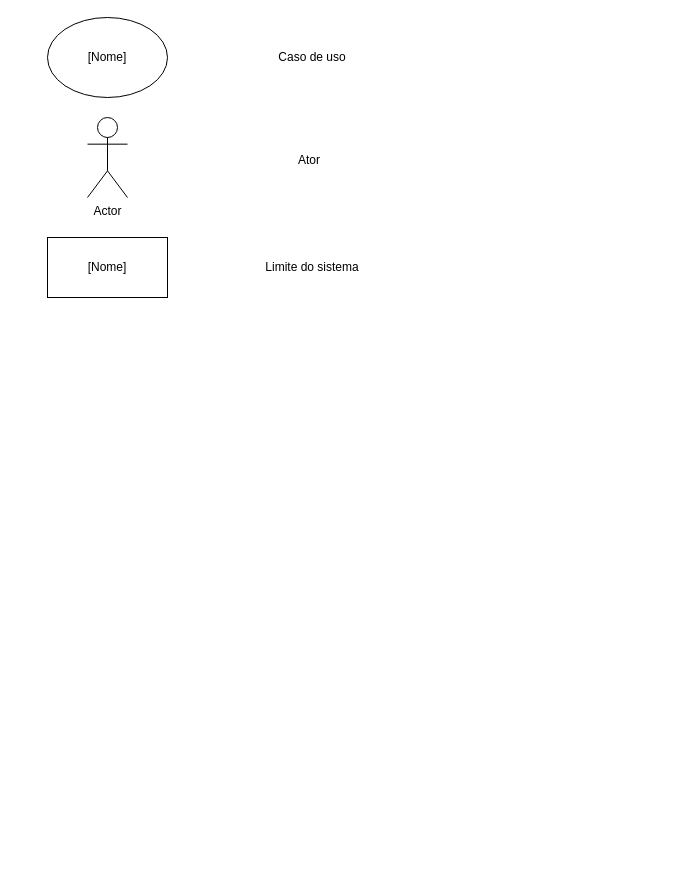
Before: page "Objetos_De_Caso_De_Uso" (1 of 2) of GFT/Diagrama sem nome.drawio in LuizFelipeBender/Bootcamps, a draw.io diagram. Source tidied: cells renumbered, new cells numbered last; positions are measured from the earlier drawing's top-left corner, leaving out a move shared by most shapes. Both pictures are drawn from the tidied source at 100%, with x=0, y=0 at pixel (47, 17).
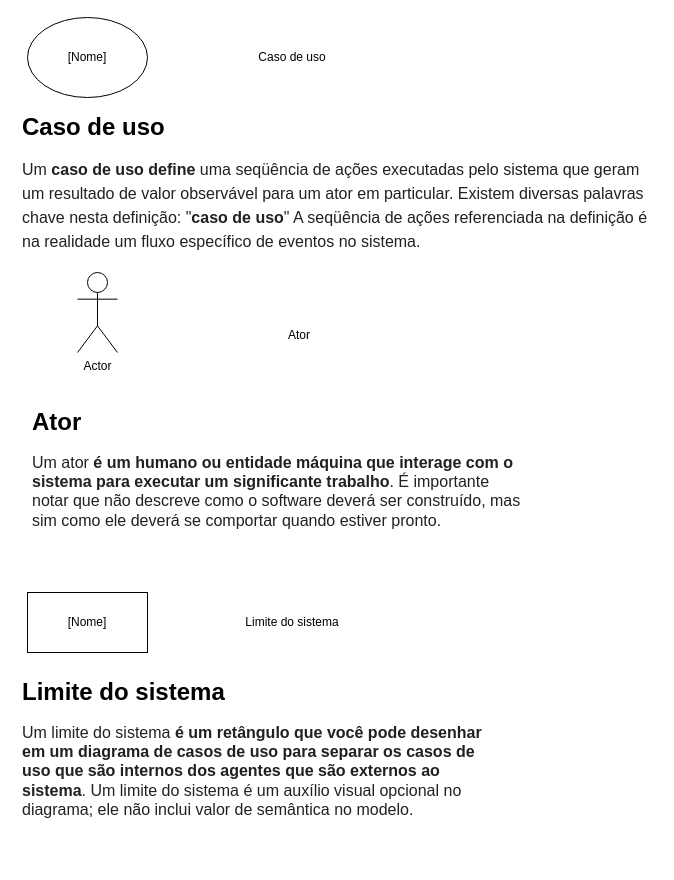
The same diagram, later.

The edit, as a diff of the source:
```diff
@@
 <mxGraphModel>
   <root>
     <mxCell id="0" />
     <mxCell id="1" parent="0" />
     <mxCell id="2" value="[Nome]" style="ellipse;whiteSpace=wrap;html=1;" parent="1" vertex="1">
-      <mxGeometry width="120" height="80" as="geometry" />
+      <mxGeometry x="-20" width="120" height="80" as="geometry" />
     </mxCell>
     <mxCell id="3" value="[Nome]" style="rounded=0;whiteSpace=wrap;html=1;" parent="1" vertex="1">
-      <mxGeometry y="220" width="120" height="60" as="geometry" />
+      <mxGeometry x="-20" y="575" width="120" height="60" as="geometry" />
     </mxCell>
     <mxCell id="4" value="Actor" style="shape=umlActor;verticalLabelPosition=bottom;verticalAlign=top;html=1;" parent="1" vertex="1">
-      <mxGeometry x="40" y="100" width="40" height="80" as="geometry" />
+      <mxGeometry x="30" y="255" width="40" height="80" as="geometry" />
     </mxCell>
     <mxCell id="5" value="Caso de uso" style="text;html=1;strokeColor=none;fillColor=none;align=center;verticalAlign=middle;whiteSpace=wrap;rounded=0;" parent="1" vertex="1">
-      <mxGeometry x="220" y="25" width="90" height="30" as="geometry" />
+      <mxGeometry x="200" y="25" width="90" height="30" as="geometry" />
     </mxCell>
     <mxCell id="6" value="Ator" style="text;html=1;strokeColor=none;fillColor=none;align=center;verticalAlign=middle;whiteSpace=wrap;rounded=0;" parent="1" vertex="1">
-      <mxGeometry x="224" y="125" width="76" height="35" as="geometry" />
+      <mxGeometry x="214" y="300" width="76" height="35" as="geometry" />
     </mxCell>
     <mxCell id="7" value="Limite do sistema&lt;br&gt;" style="text;html=1;strokeColor=none;fillColor=none;align=center;verticalAlign=middle;whiteSpace=wrap;rounded=0;" parent="1" vertex="1">
-      <mxGeometry x="210" y="230" width="110" height="40" as="geometry" />
+      <mxGeometry x="190" y="585" width="110" height="40" as="geometry" />
     </mxCell>
+    <mxCell id="8" value="&lt;h1&gt;Limite do sistema&lt;/h1&gt;&lt;div&gt;&lt;span style=&quot;color: rgb(32, 33, 36); font-family: arial, sans-serif; font-size: 16px; background-color: rgb(255, 255, 255);&quot;&gt;Um limite do sistema&amp;nbsp;&lt;/span&gt;&lt;b style=&quot;color: rgb(32, 33, 36); font-family: arial, sans-serif; font-size: 16px; background-color: rgb(255, 255, 255);&quot;&gt;é um retângulo que você pode desenhar em um diagrama de casos de uso para separar os casos de uso que são internos dos agentes que são externos ao sistema&lt;/b&gt;&lt;span style=&quot;color: rgb(32, 33, 36); font-family: arial, sans-serif; font-size: 16px; background-color: rgb(255, 255, 255);&quot;&gt;. Um limite do sistema é um auxílio visual opcional no diagrama; ele não inclui valor de semântica no modelo.&lt;/span&gt;&lt;br&gt;&lt;/div&gt;" style="text;html=1;strokeColor=none;fillColor=none;spacing=5;spacingTop=-20;whiteSpace=wrap;overflow=hidden;rounded=0;" parent="1" vertex="1">
+      <mxGeometry x="-30" y="655" width="470" height="190" as="geometry" />
+    </mxCell>
+    <mxCell id="9" value="&lt;h1&gt;Ator&lt;/h1&gt;&lt;div&gt;&lt;span style=&quot;color: rgb(32, 33, 36); font-family: arial, sans-serif; font-size: 16px; background-color: rgb(255, 255, 255);&quot;&gt;Um ator&amp;nbsp;&lt;/span&gt;&lt;b style=&quot;color: rgb(32, 33, 36); font-family: arial, sans-serif; font-size: 16px; background-color: rgb(255, 255, 255);&quot;&gt;é um humano ou entidade máquina que interage com o sistema para executar um significante trabalho&lt;/b&gt;&lt;span style=&quot;color: rgb(32, 33, 36); font-family: arial, sans-serif; font-size: 16px; background-color: rgb(255, 255, 255);&quot;&gt;. É importante notar que não descreve como o software deverá ser construído, mas sim como ele deverá se comportar quando estiver pronto.&lt;/span&gt;&lt;br&gt;&lt;/div&gt;" style="text;html=1;strokeColor=none;fillColor=none;spacing=5;spacingTop=-20;whiteSpace=wrap;overflow=hidden;rounded=0;" parent="1" vertex="1">
+      <mxGeometry x="-20" y="385" width="500" height="150" as="geometry" />
+    </mxCell>
+    <mxCell id="10" value="&lt;h1&gt;Caso de uso&lt;/h1&gt;&lt;div&gt;&lt;div style=&quot;color: rgb(32, 33, 36); font-family: arial, sans-serif; font-size: medium; background-color: rgb(255, 255, 255);&quot; id=&quot;KzI0Y7f4CbSe0Aakk7_gCQ__7&quot;&gt;&lt;div style=&quot;clear: none;&quot; class=&quot;wDYxhc&quot;&gt;&lt;div style=&quot;overflow: hidden; padding-bottom: 20px;&quot; role=&quot;heading&quot; aria-level=&quot;3&quot; class=&quot;LGOjhe&quot;&gt;&lt;span style=&quot;font-size: 16px; line-height: 24px;&quot; lang=&quot;pt&quot; class=&quot;ILfuVd&quot;&gt;&lt;span style=&quot;padding: 0px 8px 0px 0px;&quot; class=&quot;hgKElc&quot;&gt;Um&amp;nbsp;&lt;b&gt;caso de uso define&lt;/b&gt;&amp;nbsp;uma seqüência de ações executadas pelo sistema que geram um resultado de valor observável para um ator em particular. Existem diversas palavras chave nesta definição: &quot;&lt;b&gt;caso de uso&lt;/b&gt;&quot; A seqüência de ações referenciada na definição é na realidade um fluxo específico de eventos no sistema.&lt;/span&gt;&lt;/span&gt;&lt;/div&gt;&lt;div&gt;&lt;span style=&quot;font-size: 16px; line-height: 24px;&quot; lang=&quot;pt&quot; class=&quot;ILfuVd&quot;&gt;&lt;span style=&quot;padding: 0px 8px 0px 0px;&quot; class=&quot;hgKElc&quot;&gt;&lt;br&gt;&lt;/span&gt;&lt;/span&gt;&lt;/div&gt;&lt;/div&gt;&lt;/div&gt;&lt;div style=&quot;color: rgb(32, 33, 36); font-family: arial, sans-serif; font-size: medium; background-color: rgb(255, 255, 255);&quot; id=&quot;KzI0Y7f4CbSe0Aakk7_gCQ__8&quot;&gt;&lt;div style=&quot;font-size: 14px; line-height: 1.58; width: 600px; margin-top: 0px; margin-bottom: 4px; clear: both; padding-left: 0px; padding-right: 0px;&quot; class=&quot;g&quot;&gt;&lt;div lang=&quot;pt&quot;&gt;&lt;div style=&quot;position: relative;&quot; class=&quot;tF2Cxc&quot;&gt;&lt;/div&gt;&lt;/div&gt;&lt;/div&gt;&lt;/div&gt;&lt;/div&gt;" style="text;html=1;strokeColor=none;fillColor=none;spacing=5;spacingTop=-20;whiteSpace=wrap;overflow=hidden;rounded=0;" parent="1" vertex="1">
+      <mxGeometry x="-30" y="90" width="640" height="150" as="geometry" />
+    </mxCell>
   </root>
 </mxGraphModel>
```
